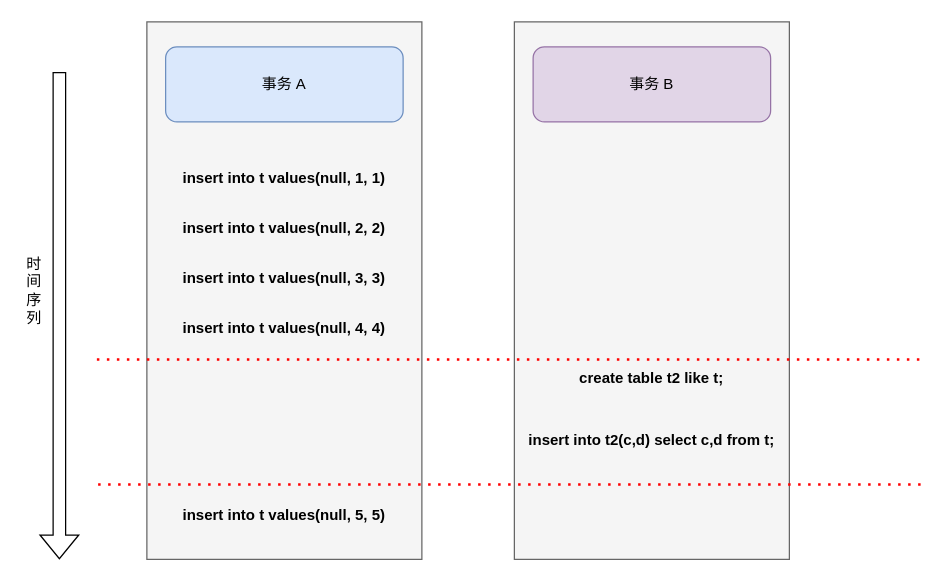
This is mysql auto_inc.drawio from wsxzei/markdown-photos, a draw.io file, before an edit. Source tidied: cells renumbered, new cells numbered last; positions are measured from the earlier drawing's top-left corner, leaving out a move shared by most shapes. Both pictures are drawn from the tidied source at 125%, with x=0, y=0 at pixel (21, 21).
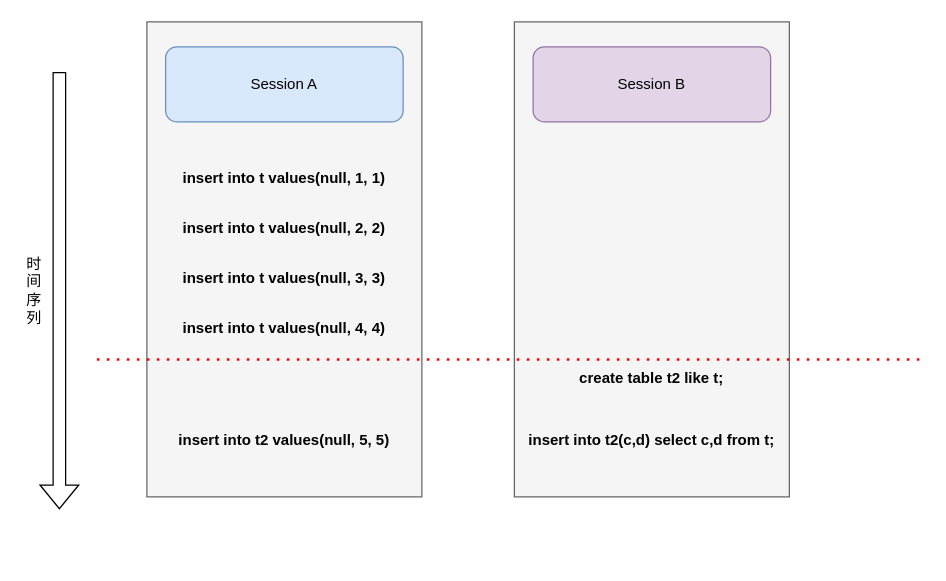
Above is the later version.

Change to the diagram source:
```diff
@@
 <mxGraphModel>
   <root>
     <mxCell id="0" />
     <mxCell id="1" parent="0" />
     <mxCell id="2" style="rounded=0;whiteSpace=wrap;html=1;fillColor=#f5f5f5;fontColor=#333333;strokeColor=#666666;" parent="1" vertex="1">
-      <mxGeometry x="394" width="220" height="430" as="geometry" />
+      <mxGeometry x="394" width="220" height="380" as="geometry" />
     </mxCell>
-    <mxCell id="3" value="事务 B" style="rounded=1;whiteSpace=wrap;html=1;fillColor=#e1d5e7;strokeColor=#9673a6;" parent="1" vertex="1">
+    <mxCell id="3" value="Session B" style="rounded=1;whiteSpace=wrap;html=1;fillColor=#e1d5e7;strokeColor=#9673a6;" parent="1" vertex="1">
       <mxGeometry x="409" y="20" width="190" height="60" as="geometry" />
     </mxCell>
     <mxCell id="4" style="rounded=0;whiteSpace=wrap;html=1;fillColor=#f5f5f5;fontColor=#333333;strokeColor=#666666;" parent="1" vertex="1">
-      <mxGeometry x="100" width="220" height="430" as="geometry" />
+      <mxGeometry x="100" width="220" height="380" as="geometry" />
     </mxCell>
-    <mxCell id="5" value="事务 A" style="rounded=1;whiteSpace=wrap;html=1;fillColor=#dae8fc;strokeColor=#6c8ebf;" parent="1" vertex="1">
+    <mxCell id="5" value="Session A" style="rounded=1;whiteSpace=wrap;html=1;fillColor=#dae8fc;strokeColor=#6c8ebf;" parent="1" vertex="1">
       <mxGeometry x="115" y="20" width="190" height="60" as="geometry" />
     </mxCell>
     <mxCell id="6" value="insert into t values(null, 1, 1)" style="text;html=1;align=center;verticalAlign=middle;whiteSpace=wrap;rounded=0;fontStyle=1;" parent="1" vertex="1">
       <mxGeometry x="100" y="110" width="220" height="30" as="geometry" />
     </mxCell>
     <mxCell id="7" style="shape=flexArrow;endArrow=classic;html=1;rounded=0;" parent="1" edge="1">
       <mxGeometry relative="1" as="geometry">
         <mxPoint x="30" y="40" as="sourcePoint" />
-        <mxPoint x="30" y="430" as="targetPoint" />
+        <mxPoint x="30" y="390" as="targetPoint" />
       </mxGeometry>
     </mxCell>
     <mxCell id="8" value="insert into t values(null, 2, 2)" style="text;html=1;align=center;verticalAlign=middle;whiteSpace=wrap;rounded=0;fontStyle=1;" parent="1" vertex="1">
       <mxGeometry x="100" y="150" width="220" height="30" as="geometry" />
     </mxCell>
     <mxCell id="9" value="insert into t values(null, 3, 3)" style="text;html=1;align=center;verticalAlign=middle;whiteSpace=wrap;rounded=0;fontStyle=1;" parent="1" vertex="1">
       <mxGeometry x="100" y="190" width="220" height="30" as="geometry" />
     </mxCell>
     <mxCell id="10" value="insert into t values(null, 4, 4)" style="text;html=1;align=center;verticalAlign=middle;whiteSpace=wrap;rounded=0;fontStyle=1;" parent="1" vertex="1">
       <mxGeometry x="100" y="230" width="220" height="30" as="geometry" />
     </mxCell>
-    <mxCell id="11" value="insert into t values(null, 5, 5)" style="text;html=1;align=center;verticalAlign=middle;whiteSpace=wrap;rounded=0;fontStyle=1;" parent="1" vertex="1">
-      <mxGeometry x="100" y="380" width="220" height="30" as="geometry" />
+    <mxCell id="11" value="insert into t2 values(null, 5, 5)" style="text;html=1;align=center;verticalAlign=middle;whiteSpace=wrap;rounded=0;fontStyle=1;" parent="1" vertex="1">
+      <mxGeometry x="100" y="320" width="220" height="30" as="geometry" />
     </mxCell>
     <mxCell id="12" value="create table t2 like t;" style="text;html=1;align=center;verticalAlign=middle;whiteSpace=wrap;rounded=0;fontStyle=1;" parent="1" vertex="1">
       <mxGeometry x="394" y="270" width="220" height="30" as="geometry" />
     </mxCell>
     <mxCell id="13" value="insert into t2(c,d) select c,d from t;" style="text;html=1;align=center;verticalAlign=middle;whiteSpace=wrap;rounded=0;fontStyle=1;" parent="1" vertex="1">
       <mxGeometry x="394" y="320" width="220" height="30" as="geometry" />
     </mxCell>
     <mxCell id="14" style="endArrow=none;dashed=1;html=1;dashPattern=1 3;strokeWidth=2;rounded=0;strokeColor=#FF0000;" parent="1" edge="1">
       <mxGeometry relative="1" as="geometry">
         <mxPoint x="60" y="270" as="sourcePoint" />
         <mxPoint x="720" y="270" as="targetPoint" />
       </mxGeometry>
     </mxCell>
-    <mxCell id="15" style="endArrow=none;dashed=1;html=1;dashPattern=1 3;strokeWidth=2;rounded=0;strokeColor=#FF0000;" parent="1" edge="1">
-      <mxGeometry relative="1" as="geometry">
-        <mxPoint x="61" y="370" as="sourcePoint" />
-        <mxPoint x="721" y="370" as="targetPoint" />
-      </mxGeometry>
-    </mxCell>
     <mxCell id="16" value="时间序列" style="text;html=1;align=center;verticalAlign=middle;whiteSpace=wrap;rounded=0;" parent="1" vertex="1">
       <mxGeometry y="65" width="20" height="300" as="geometry" />
     </mxCell>
   </root>
 </mxGraphModel>
```
